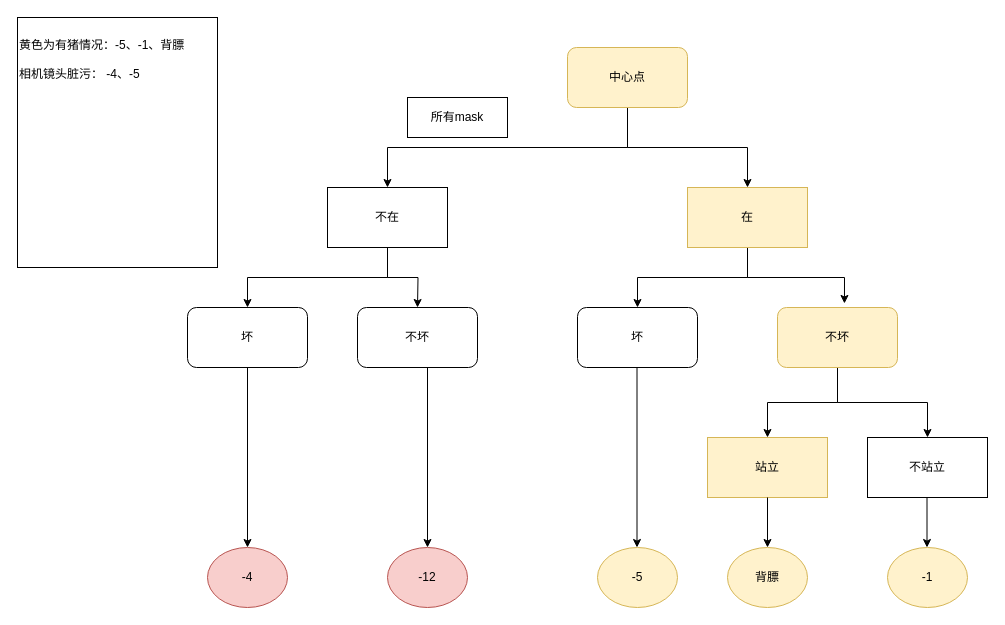
Before: circle2.drawio in yzy1421/Amateur-women-basketball-in-China, a draw.io diagram. Source tidied: cells renumbered, new cells numbered last; positions are measured from the earlier drawing's top-left corner, leaving out a move shared by most shapes. Both pictures are drawn from the tidied source at 100%, with x=0, y=0 at pixel (17, 17).
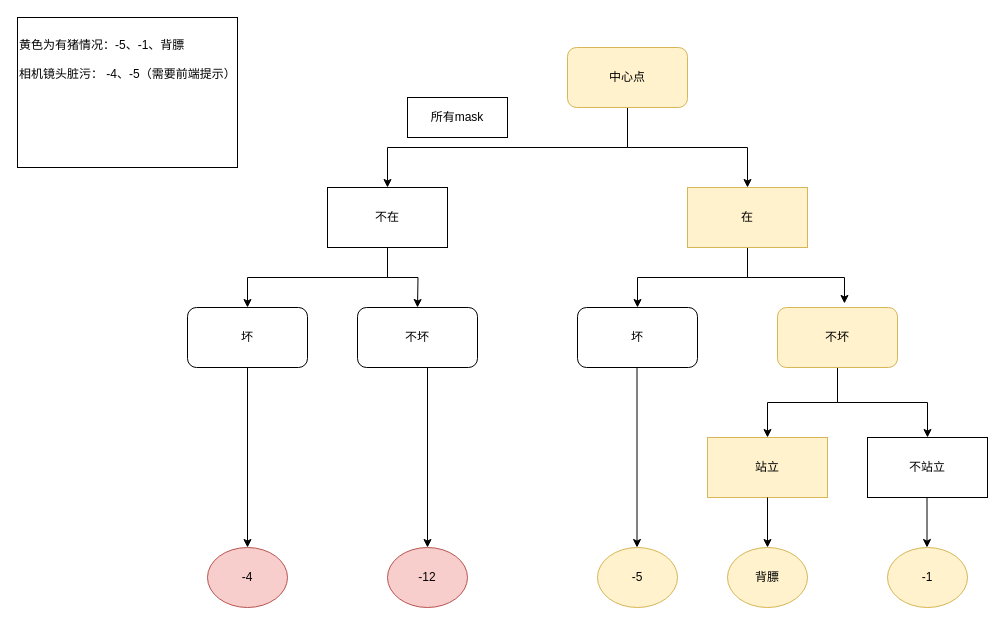
After the change.

What changed in the source:
```diff
@@
-    <mxCell id="30" value="&lt;br&gt;黄色为有猪情况：-5、-1、背膘&lt;br&gt;&lt;br&gt;相机镜头脏污： -4、-5" style="rounded=0;whiteSpace=wrap;html=1;align=left;verticalAlign=top;" parent="1" vertex="1">
-      <mxGeometry width="200" height="250" as="geometry" />
+    <mxCell id="30" value="&lt;br&gt;黄色为有猪情况：-5、-1、背膘&lt;br&gt;&lt;br&gt;相机镜头脏污： -4、-5（需要前端提示）&lt;br&gt;&lt;br&gt;" style="rounded=0;whiteSpace=wrap;html=1;align=left;verticalAlign=top;" parent="1" vertex="1">
+      <mxGeometry width="220" height="150" as="geometry" />
     </mxCell>
```
